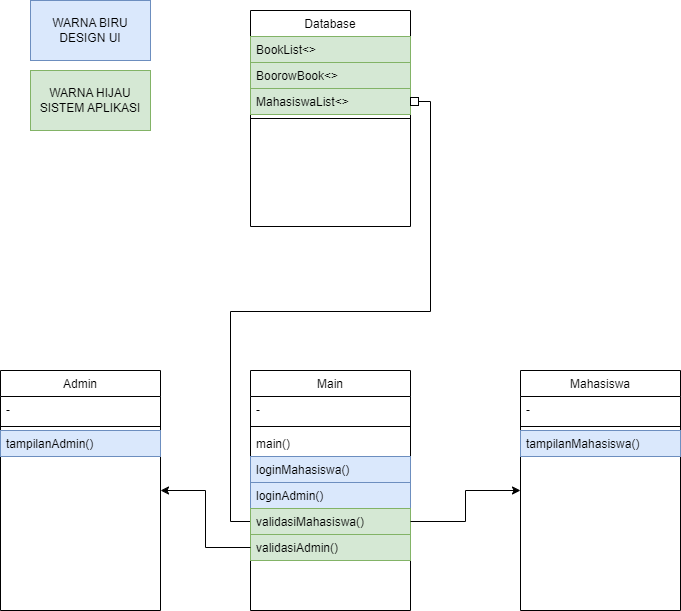
This is DiagramPerpustakaan.png from dikameo/PERPUSTAKAANCUY, a draw.io export, as it was before one commit. Source tidied: cells renumbered, new cells last; positions are measured from the earlier drawing's top-left corner, leaving out a move shared by most shapes.
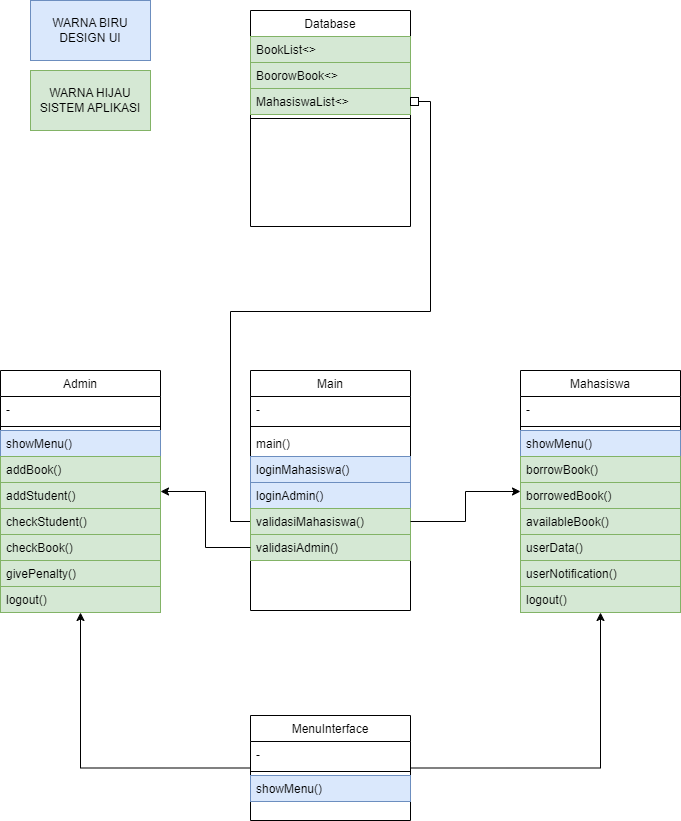
Above is the later version.

Commit message:
Update Diagram Sistem

The edit, as a diff of the source:
```diff
@@ -3,7 +3,7 @@
     <mxCell id="0" />
     <mxCell id="1" parent="0" />
     <mxCell id="2" value="Admin" style="swimlane;fontStyle=0;align=center;verticalAlign=top;horizontal=1;startSize=26;rounded=0;shadow=0;strokeWidth=1;" parent="1" vertex="1">
-      <mxGeometry y="370" width="160" height="240" as="geometry" />
+      <mxGeometry y="370" width="160" height="242" as="geometry" />
     </mxCell>
     <mxCell id="3" value="-" style="text;align=left;verticalAlign=top;spacingLeft=4;spacingRight=4;overflow=hidden;rounded=0;shadow=0;html=0;" parent="2" vertex="1">
       <mxGeometry y="26" width="160" height="26" as="geometry" />
@@ -11,11 +11,29 @@
     <mxCell id="4" style="line;html=1;strokeWidth=1;align=left;verticalAlign=middle;spacingTop=-1;spacingLeft=3;spacingRight=3;labelPosition=right;" parent="2" vertex="1">
       <mxGeometry y="52" width="160" height="8" as="geometry" />
     </mxCell>
+    <mxCell id="28" value="showMenu()" style="text;align=left;verticalAlign=top;spacingLeft=4;spacingRight=4;overflow=hidden;fillColor=#dae8fc;strokeColor=#6c8ebf;" parent="2" vertex="1">
+      <mxGeometry y="60" width="160" height="26" as="geometry" />
+    </mxCell>
+    <mxCell id="29" value="addBook()" style="text;align=left;verticalAlign=top;spacingLeft=4;spacingRight=4;overflow=hidden;fillColor=#d5e8d4;strokeColor=#82b366;" parent="2" vertex="1">
+      <mxGeometry y="86" width="160" height="26" as="geometry" />
+    </mxCell>
+    <mxCell id="30" value="addStudent()" style="text;align=left;verticalAlign=top;spacingLeft=4;spacingRight=4;overflow=hidden;fillColor=#d5e8d4;strokeColor=#82b366;" parent="2" vertex="1">
+      <mxGeometry y="112" width="160" height="26" as="geometry" />
+    </mxCell>
+    <mxCell id="31" value="checkStudent()" style="text;align=left;verticalAlign=top;spacingLeft=4;spacingRight=4;overflow=hidden;fillColor=#d5e8d4;strokeColor=#82b366;" parent="2" vertex="1">
+      <mxGeometry y="138" width="160" height="26" as="geometry" />
+    </mxCell>
+    <mxCell id="32" value="checkBook()" style="text;align=left;verticalAlign=top;spacingLeft=4;spacingRight=4;overflow=hidden;fillColor=#d5e8d4;strokeColor=#82b366;" parent="2" vertex="1">
+      <mxGeometry y="164" width="160" height="26" as="geometry" />
+    </mxCell>
+    <mxCell id="33" value="givePenalty()" style="text;align=left;verticalAlign=top;spacingLeft=4;spacingRight=4;overflow=hidden;fillColor=#d5e8d4;strokeColor=#82b366;" parent="2" vertex="1">
+      <mxGeometry y="190" width="160" height="26" as="geometry" />
+    </mxCell>
-    <mxCell id="5" value="tampilanAdmin()" style="text;align=left;verticalAlign=top;spacingLeft=4;spacingRight=4;overflow=hidden;fillColor=#dae8fc;strokeColor=#6c8ebf;" parent="2" vertex="1">
-      <mxGeometry y="60" width="160" height="26" as="geometry" />
+    <mxCell id="5" value="logout()" style="text;align=left;verticalAlign=top;spacingLeft=4;spacingRight=4;overflow=hidden;fillColor=#d5e8d4;strokeColor=#82b366;" parent="2" vertex="1">
+      <mxGeometry y="216" width="160" height="26" as="geometry" />
     </mxCell>
     <mxCell id="6" value="Mahasiswa" style="swimlane;fontStyle=0;align=center;verticalAlign=top;horizontal=1;startSize=26;rounded=0;shadow=0;strokeWidth=1;" parent="1" vertex="1">
-      <mxGeometry x="520" y="370" width="160" height="240" as="geometry" />
+      <mxGeometry x="520" y="370" width="160" height="242" as="geometry" />
     </mxCell>
     <mxCell id="7" value="-" style="text;align=left;verticalAlign=top;spacingLeft=4;spacingRight=4;overflow=hidden;rounded=0;shadow=0;html=0;" parent="6" vertex="1">
       <mxGeometry y="26" width="160" height="26" as="geometry" />
@@ -23,9 +41,27 @@
     <mxCell id="8" style="line;html=1;strokeWidth=1;align=left;verticalAlign=middle;spacingTop=-1;spacingLeft=3;spacingRight=3;labelPosition=right;" parent="6" vertex="1">
       <mxGeometry y="52" width="160" height="8" as="geometry" />
     </mxCell>
-    <mxCell id="9" value="tampilanMahasiswa()" style="text;align=left;verticalAlign=top;spacingLeft=4;spacingRight=4;overflow=hidden;fillColor=#dae8fc;strokeColor=#6c8ebf;" parent="6" vertex="1">
+    <mxCell id="9" value="showMenu()" style="text;align=left;verticalAlign=top;spacingLeft=4;spacingRight=4;overflow=hidden;fillColor=#dae8fc;strokeColor=#6c8ebf;" parent="6" vertex="1">
       <mxGeometry y="60" width="160" height="26" as="geometry" />
     </mxCell>
+    <mxCell id="34" value="borrowBook()" style="text;align=left;verticalAlign=top;spacingLeft=4;spacingRight=4;overflow=hidden;fillColor=#d5e8d4;strokeColor=#82b366;" parent="6" vertex="1">
+      <mxGeometry y="86" width="160" height="26" as="geometry" />
+    </mxCell>
+    <mxCell id="35" value="borrowedBook()" style="text;align=left;verticalAlign=top;spacingLeft=4;spacingRight=4;overflow=hidden;fillColor=#d5e8d4;strokeColor=#82b366;" parent="6" vertex="1">
+      <mxGeometry y="112" width="160" height="26" as="geometry" />
+    </mxCell>
+    <mxCell id="36" value="availableBook()" style="text;align=left;verticalAlign=top;spacingLeft=4;spacingRight=4;overflow=hidden;fillColor=#d5e8d4;strokeColor=#82b366;" parent="6" vertex="1">
+      <mxGeometry y="138" width="160" height="26" as="geometry" />
+    </mxCell>
+    <mxCell id="37" value="userData()" style="text;align=left;verticalAlign=top;spacingLeft=4;spacingRight=4;overflow=hidden;fillColor=#d5e8d4;strokeColor=#82b366;" parent="6" vertex="1">
+      <mxGeometry y="164" width="160" height="26" as="geometry" />
+    </mxCell>
+    <mxCell id="38" value="userNotification()" style="text;align=left;verticalAlign=top;spacingLeft=4;spacingRight=4;overflow=hidden;fillColor=#d5e8d4;strokeColor=#82b366;" parent="6" vertex="1">
+      <mxGeometry y="190" width="160" height="26" as="geometry" />
+    </mxCell>
+    <mxCell id="39" value="logout()" style="text;align=left;verticalAlign=top;spacingLeft=4;spacingRight=4;overflow=hidden;fillColor=#d5e8d4;strokeColor=#82b366;" parent="6" vertex="1">
+      <mxGeometry y="216" width="160" height="26" as="geometry" />
+    </mxCell>
     <mxCell id="10" value="Database" style="swimlane;fontStyle=0;align=center;verticalAlign=top;horizontal=1;startSize=26;rounded=0;shadow=0;strokeWidth=1;" parent="1" vertex="1">
       <mxGeometry x="250" y="10" width="160" height="216" as="geometry" />
     </mxCell>
@@ -80,5 +116,23 @@
     <mxCell id="27" value="WARNA HIJAU SISTEM APLIKASI" style="rounded=0;whiteSpace=wrap;html=1;fillColor=#d5e8d4;strokeColor=#82b366;" parent="1" vertex="1">
       <mxGeometry x="30" y="70" width="120" height="60" as="geometry" />
     </mxCell>
+    <mxCell id="40" style="edgeStyle=orthogonalEdgeStyle;rounded=0;jettySize=auto;html=1;entryX=0.5;entryY=1;entryDx=0;entryDy=0;" parent="1" edge="1" source="42" target="2">
+      <mxGeometry relative="1" as="geometry" />
+    </mxCell>
+    <mxCell id="41" style="edgeStyle=orthogonalEdgeStyle;rounded=0;jettySize=auto;html=1;entryX=0.5;entryY=1;entryDx=0;entryDy=0;" parent="1" edge="1" source="42" target="6">
+      <mxGeometry relative="1" as="geometry" />
+    </mxCell>
+    <mxCell id="42" value="MenuInterface" style="swimlane;fontStyle=0;align=center;verticalAlign=top;horizontal=1;startSize=26;rounded=0;shadow=0;strokeWidth=1;" parent="1" vertex="1">
+      <mxGeometry x="250" y="715" width="160" height="105" as="geometry" />
+    </mxCell>
+    <mxCell id="43" value="-" style="text;align=left;verticalAlign=top;spacingLeft=4;spacingRight=4;overflow=hidden;rounded=0;shadow=0;html=0;" parent="42" vertex="1">
+      <mxGeometry y="26" width="160" height="26" as="geometry" />
+    </mxCell>
+    <mxCell id="44" style="line;html=1;strokeWidth=1;align=left;verticalAlign=middle;spacingTop=-1;spacingLeft=3;spacingRight=3;labelPosition=right;" parent="42" vertex="1">
+      <mxGeometry y="52" width="160" height="8" as="geometry" />
+    </mxCell>
+    <mxCell id="45" value="showMenu()" style="text;align=left;verticalAlign=top;spacingLeft=4;spacingRight=4;overflow=hidden;fillColor=#dae8fc;strokeColor=#6c8ebf;" parent="42" vertex="1">
+      <mxGeometry y="60" width="160" height="26" as="geometry" />
+    </mxCell>
   </root>
 </mxGraphModel>
```
